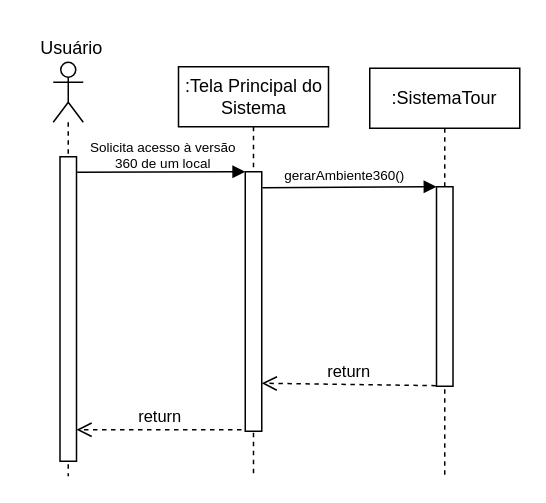
Earlier version of the draw.io diagram DiagramaDeSequencia-AcessarAbaFeedback.drawio (Gigagiga1234/Tour-Virtual). Source tidied: cells renumbered, new cells numbered last; positions are measured from the earlier drawing's top-left corner, leaving out a move shared by most shapes. Both pictures are drawn from the tidied source at 150%, with x=0, y=0 at pixel (26, 26).
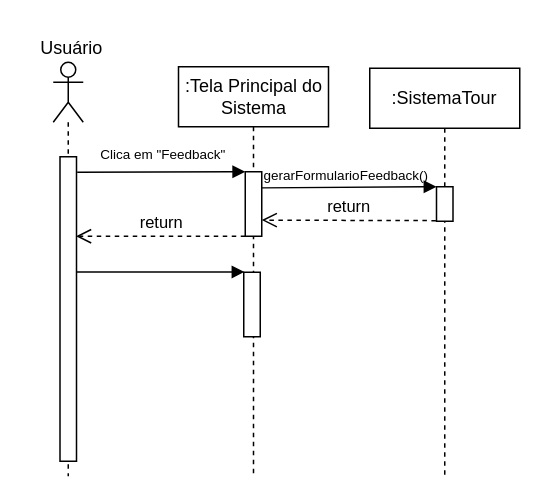
Above is the later version.

Diff of the diagram source:
```diff
@@
 <mxGraphModel>
   <root>
     <mxCell id="0" />
     <mxCell id="1" parent="0" />
-    <mxCell id="2" value="gerarAmbiente360()" style="text;html=1;align=center;verticalAlign=middle;strokeColor=none;fillColor=none;fontSize=9;" parent="1" vertex="1">
-      <mxGeometry x="162" y="90" width="100" height="20" as="geometry" />
+    <mxCell id="2" value="gerarFormularioFeedback()" style="text;html=1;align=center;verticalAlign=middle;strokeColor=none;fillColor=none;fontSize=9;" parent="1" vertex="1">
+      <mxGeometry x="148" y="90" width="130" height="20" as="geometry" />
     </mxCell>
     <mxCell id="3" value=":Tela Principal do Sistema" style="shape=umlLifeline;perimeter=lifelinePerimeter;whiteSpace=wrap;html=1;newEdgeStyle={&quot;curved&quot;:0,&quot;rounded&quot;:0};" parent="1" vertex="1">
       <mxGeometry x="101.5" y="27" width="100" height="273" as="geometry" />
     </mxCell>
     <mxCell id="4" style="shape=umlLifeline;perimeter=lifelinePerimeter;whiteSpace=wrap;html=1;newEdgeStyle={&quot;curved&quot;:0,&quot;rounded&quot;:0};participant=umlActor;" parent="1" vertex="1">
       <mxGeometry x="18" y="24" width="20" height="276" as="geometry" />
     </mxCell>
     <mxCell id="5" style="rounded=0;whiteSpace=wrap;html=1;" parent="1" vertex="1">
       <mxGeometry x="22.5" y="87" width="11" height="203" as="geometry" />
     </mxCell>
-    <mxCell id="6" value="Solicita acesso à versão&lt;div&gt;360 de um local&lt;/div&gt;" style="text;html=1;align=center;verticalAlign=middle;strokeColor=none;fillColor=none;fontSize=9;" parent="1" vertex="1">
-      <mxGeometry x="31" y="66" width="120" height="40" as="geometry" />
+    <mxCell id="6" value="Clica em &quot;Feedback&quot;" style="text;html=1;align=center;verticalAlign=middle;strokeColor=none;fillColor=none;fontSize=9;" parent="1" vertex="1">
+      <mxGeometry x="36" y="76" width="110" height="20" as="geometry" />
     </mxCell>
     <mxCell id="7" style="rounded=0;whiteSpace=wrap;html=1;" parent="1" vertex="1">
-      <mxGeometry x="146" y="97" width="11" height="173" as="geometry" />
+      <mxGeometry x="146" y="97" width="11" height="43" as="geometry" />
     </mxCell>
     <mxCell id="8" style="endArrow=block;html=1;rounded=0;exitX=1.04;exitY=0.051;exitDx=0;exitDy=0;exitPerimeter=0;entryX=0;entryY=0;entryDx=0;entryDy=0;endFill=1;" parent="1" edge="1" source="5" target="7">
       <mxGeometry relative="1" as="geometry" />
     </mxCell>
-    <mxCell id="9" style="endArrow=block;html=1;rounded=0;exitX=1.044;exitY=0.062;exitDx=0;exitDy=0;exitPerimeter=0;entryX=0;entryY=0;entryDx=0;entryDy=0;endFill=1;" parent="1" edge="1" source="7" target="14">
+    <mxCell id="9" style="endArrow=block;html=1;rounded=0;exitX=1;exitY=0.25;exitDx=0;exitDy=0;entryX=0;entryY=0;entryDx=0;entryDy=0;endFill=1;" parent="1" edge="1" source="7" target="14">
       <mxGeometry relative="1" as="geometry" />
     </mxCell>
-    <mxCell id="10" value="return" style="html=1;verticalAlign=bottom;endArrow=open;dashed=1;endSize=8;curved=0;rounded=0;entryX=1.039;entryY=0.879;entryDx=0;entryDy=0;entryPerimeter=0;" parent="1" edge="1">
+    <mxCell id="10" value="return" style="html=1;verticalAlign=bottom;endArrow=open;dashed=1;endSize=8;curved=0;rounded=0;entryX=1;entryY=0.75;entryDx=0;entryDy=0;" parent="1" edge="1" target="7">
       <mxGeometry relative="1" as="geometry">
-        <mxPoint x="273.1" y="239.6" as="sourcePoint" />
-        <mxPoint x="157" y="238" as="targetPoint" />
+        <mxPoint x="273.1" y="129.6" as="sourcePoint" />
       </mxGeometry>
     </mxCell>
-    <mxCell id="11" value="return" style="html=1;verticalAlign=bottom;endArrow=open;dashed=1;endSize=8;curved=0;rounded=0;" parent="1" edge="1">
-      <mxGeometry relative="1" as="geometry">
-        <mxPoint x="143.5" y="269" as="sourcePoint" />
-        <mxPoint x="33.5" y="269" as="targetPoint" />
-      </mxGeometry>
-    </mxCell>
     <mxCell id="12" value="Usuário" style="text;html=1;align=center;verticalAlign=middle;strokeColor=none;fillColor=none;" parent="1" vertex="1">
       <mxGeometry width="60" height="30" as="geometry" />
     </mxCell>
     <mxCell id="13" value=":SistemaTour" style="shape=umlLifeline;perimeter=lifelinePerimeter;whiteSpace=wrap;html=1;newEdgeStyle={&quot;curved&quot;:0,&quot;rounded&quot;:0};" parent="1" vertex="1">
       <mxGeometry x="229" y="28" width="100" height="272" as="geometry" />
     </mxCell>
     <mxCell id="14" style="rounded=0;whiteSpace=wrap;html=1;" parent="1" vertex="1">
-      <mxGeometry x="273.5" y="107" width="11" height="133" as="geometry" />
+      <mxGeometry x="273.5" y="107" width="11" height="23" as="geometry" />
     </mxCell>
+    <mxCell id="11" value="return" style="html=1;verticalAlign=bottom;endArrow=open;dashed=1;endSize=8;curved=0;rounded=0;entryX=0.972;entryY=0.261;entryDx=0;entryDy=0;exitX=0;exitY=1;exitDx=0;exitDy=0;entryPerimeter=0;" parent="1" edge="1" source="7" target="5">
+      <mxGeometry relative="1" as="geometry" />
+    </mxCell>
+    <mxCell id="15" style="endArrow=block;html=1;rounded=0;exitX=1.04;exitY=0.051;exitDx=0;exitDy=0;exitPerimeter=0;entryX=0;entryY=0;entryDx=0;entryDy=0;endFill=1;" parent="1" edge="1">
+      <mxGeometry relative="1" as="geometry">
+        <mxPoint x="33.5" y="163.8" as="sourcePoint" />
+        <mxPoint x="145.5" y="163.8" as="targetPoint" />
+      </mxGeometry>
+    </mxCell>
+    <mxCell id="16" style="rounded=0;whiteSpace=wrap;html=1;" parent="1" vertex="1">
+      <mxGeometry x="145" y="164" width="11" height="43" as="geometry" />
+    </mxCell>
   </root>
 </mxGraphModel>
```
